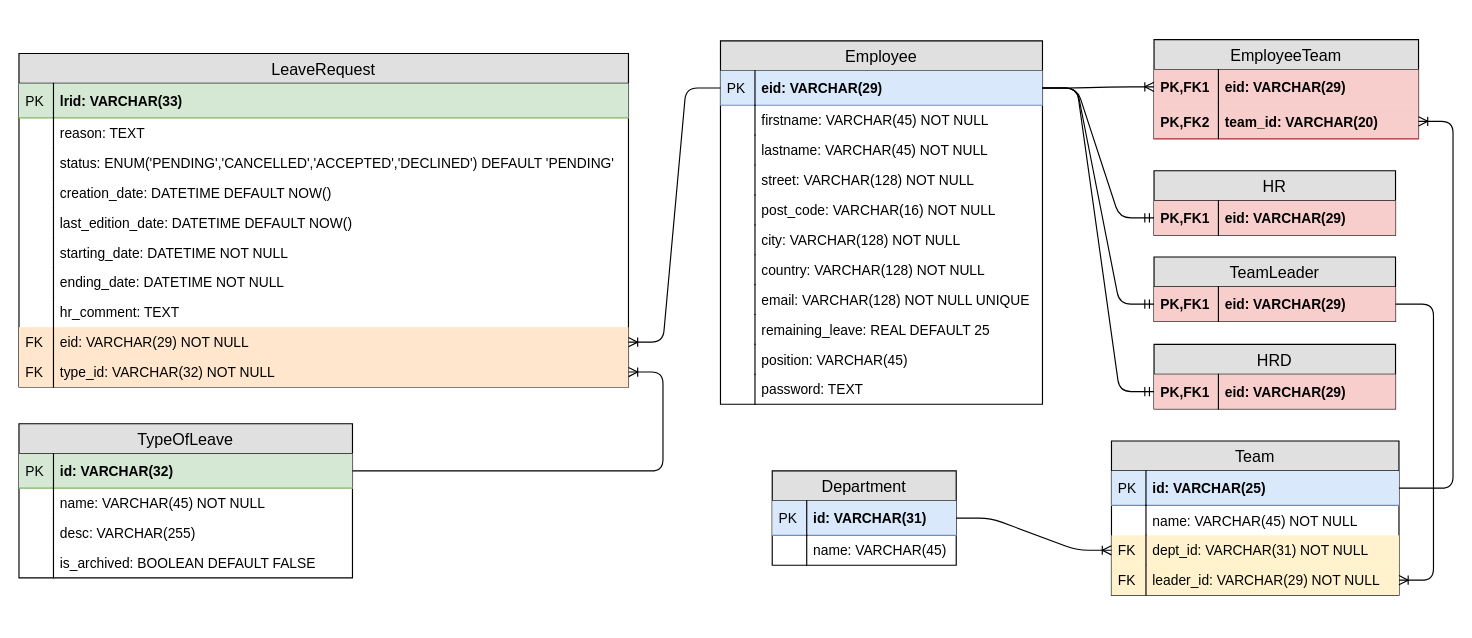
This is doc/database.drawio from jiben22/leave-manager, a draw.io file, before an edit. Source tidied: cells renumbered, new cells numbered last; positions are measured from the earlier drawing's top-left corner, leaving out a move shared by most shapes. Both pictures are drawn from the tidied source at 115%, with x=0, y=0 at pixel (18, 39).
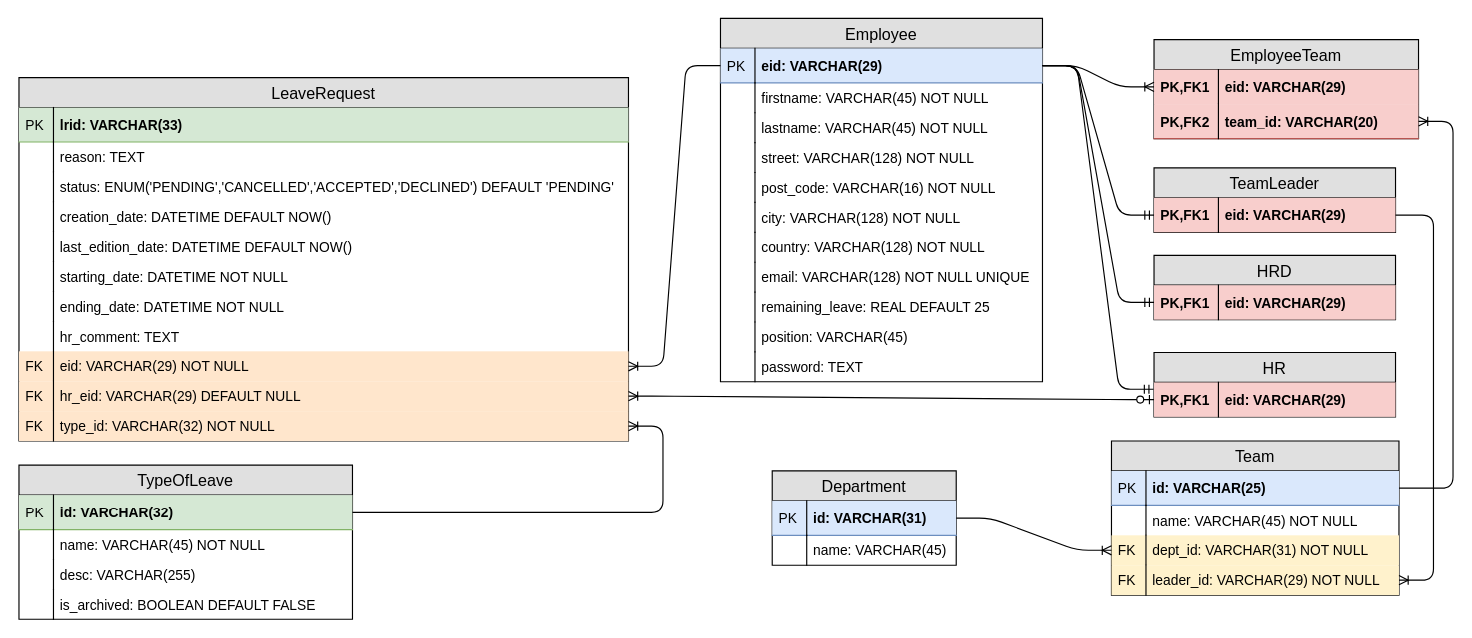
The same page after the edit.

The change refers to these unchanged cells:
```xml
<mxCell id="34" value="eid: VARCHAR(29)" style="shape=partialRectangle;top=0;left=0;right=0;bottom=1;align=left;verticalAlign=middle;fillColor=#dae8fc;spacingLeft=34;spacingRight=4;overflow=hidden;points=[[0,0.5],[1,0.5]];portConstraint=eastwest;fontStyle=1;fontSize=12;strokeColor=#6c8ebf;" parent="33" vertex="1">
  <mxGeometry y="26" width="280" height="30" as="geometry" />
</mxCell>
<mxCell id="80" value="eid: VARCHAR(29)" style="shape=partialRectangle;top=0;left=0;right=0;bottom=0;align=left;verticalAlign=middle;fillColor=#f8cecc;spacingLeft=60;spacingRight=4;overflow=hidden;points=[[0,0.5],[1,0.5]];portConstraint=eastwest;fontStyle=1;fontSize=12;strokeColor=#b85450;" parent="79" vertex="1">
  <mxGeometry y="26" width="210" height="30" as="geometry" />
</mxCell>
```

Change to the diagram source:
```diff
@@
     <mxCell id="2" value="LeaveRequest" style="swimlane;fontStyle=0;horizontal=1;startSize=26;fillColor=#e0e0e0;swimlaneFillColor=#ffffff;align=center;fontSize=14;" parent="1" vertex="1">
-      <mxGeometry y="12" width="530" height="290" as="geometry" />
+      <mxGeometry y="33" width="530" height="316" as="geometry" />
     </mxCell>
@@
+    <mxCell id="92" value="hr_eid: VARCHAR(29) DEFAULT NULL" style="shape=partialRectangle;top=0;left=0;right=0;bottom=0;align=left;verticalAlign=top;fillColor=#ffe6cc;spacingLeft=34;spacingRight=4;overflow=hidden;points=[[0,0.5],[1,0.5]];portConstraint=eastwest;fontSize=12;strokeColor=#d79b00;" parent="2" vertex="1">
+      <mxGeometry y="264" width="530" height="26" as="geometry" />
+    </mxCell>
+    <mxCell id="93" value="FK" style="shape=partialRectangle;top=0;left=0;bottom=0;fillColor=none;align=left;verticalAlign=top;spacingLeft=4;spacingRight=4;overflow=hidden;fontSize=12;" parent="92" vertex="1">
+      <mxGeometry width="30" height="26" as="geometry" />
+    </mxCell>
     <mxCell id="21" value="type_id: VARCHAR(32) NOT NULL" style="shape=partialRectangle;top=0;left=0;right=0;bottom=0;align=left;verticalAlign=top;fillColor=#ffe6cc;spacingLeft=34;spacingRight=4;overflow=hidden;points=[[0,0.5],[1,0.5]];portConstraint=eastwest;fontSize=12;strokeColor=#d79b00;" parent="2" vertex="1">
-      <mxGeometry y="264" width="530" height="26" as="geometry" />
+      <mxGeometry y="290" width="530" height="26" as="geometry" />
     </mxCell>
@@
     <mxCell id="23" value="TypeOfLeave" style="swimlane;fontStyle=0;horizontal=1;startSize=26;fillColor=#e0e0e0;swimlaneFillColor=#ffffff;align=center;fontSize=14;" parent="1" vertex="1">
-      <mxGeometry y="334" width="290" height="134" as="geometry" />
+      <mxGeometry y="370" width="290" height="134" as="geometry" />
     </mxCell>
@@
     <mxCell id="33" value="Employee" style="swimlane;fontStyle=0;horizontal=1;startSize=26;fillColor=#e0e0e0;swimlaneFillColor=#ffffff;align=center;fontSize=14;" parent="1" vertex="1">
-      <mxGeometry x="610" y="1" width="280" height="316" as="geometry" />
+      <mxGeometry x="610" y="-18.5" width="280" height="316" as="geometry" />
     </mxCell>
@@
     <mxCell id="79" value="HR" style="swimlane;fontStyle=0;horizontal=1;startSize=26;fillColor=#e0e0e0;swimlaneFillColor=#ffffff;align=center;fontSize=14;" parent="1" vertex="1">
-      <mxGeometry x="987" y="114" width="210" height="56" as="geometry" />
+      <mxGeometry x="987" y="272" width="210" height="56" as="geometry" />
     </mxCell>
@@
     <mxCell id="82" value="HRD" style="swimlane;fontStyle=0;horizontal=1;startSize=26;fillColor=#e0e0e0;swimlaneFillColor=#ffffff;align=center;fontSize=14;" parent="1" vertex="1">
-      <mxGeometry x="987" y="265" width="210" height="56" as="geometry" />
+      <mxGeometry x="987" y="187.5" width="210" height="56" as="geometry" />
     </mxCell>
@@
     <mxCell id="85" value="TeamLeader" style="swimlane;fontStyle=0;horizontal=1;startSize=26;fillColor=#e0e0e0;swimlaneFillColor=#ffffff;align=center;fontSize=14;" parent="1" vertex="1">
-      <mxGeometry x="987" y="189" width="210" height="56" as="geometry" />
+      <mxGeometry x="987" y="111.5" width="210" height="56" as="geometry" />
     </mxCell>
@@
-    <mxCell id="88" style="edgeStyle=entityRelationEdgeStyle;fontSize=12;html=1;endArrow=ERmandOne;" parent="1" edge="1" source="34" target="80">
+    <mxCell id="88" style="edgeStyle=entityRelationEdgeStyle;fontSize=12;html=1;endArrow=ERmandOne;entryX=-0.002;entryY=0.2;entryDx=0;entryDy=0;entryPerimeter=0;" parent="1" edge="1" source="34" target="80">
       <mxGeometry relative="1" as="geometry" />
     </mxCell>
@@
+    <mxCell id="94" style="edgeStyle=entityRelationEdgeStyle;fontSize=12;html=1;endArrow=ERoneToMany;startArrow=ERzeroToOne;" parent="1" edge="1" source="80" target="92">
+      <mxGeometry relative="1" as="geometry" />
+    </mxCell>
```
